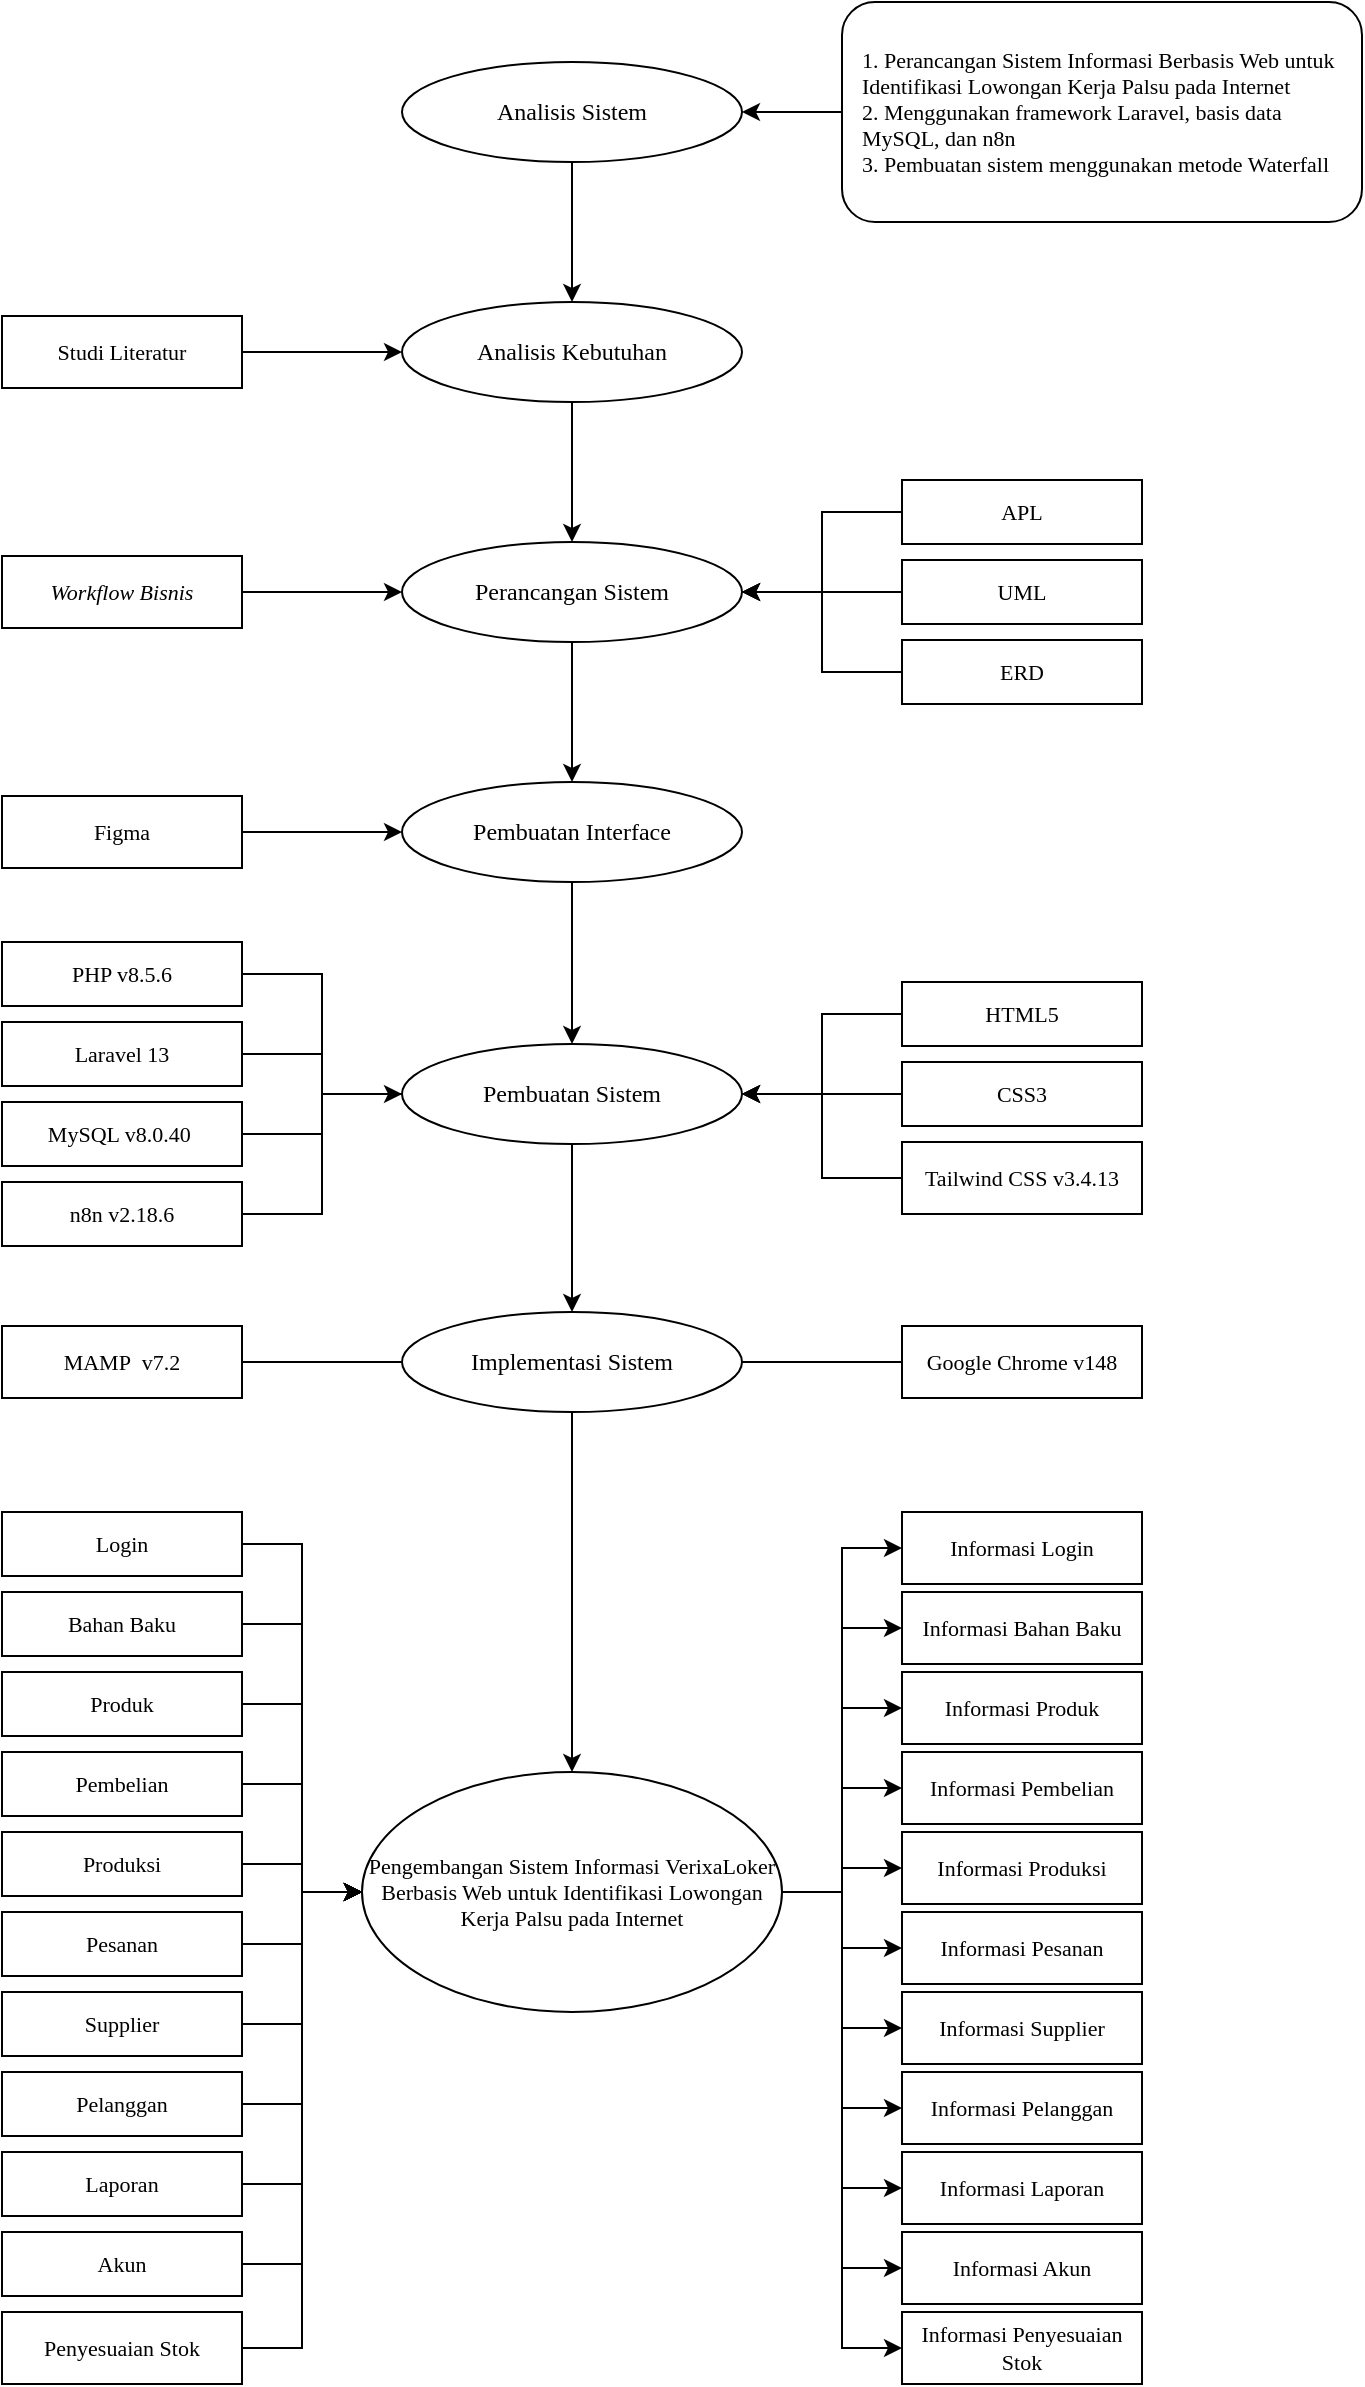
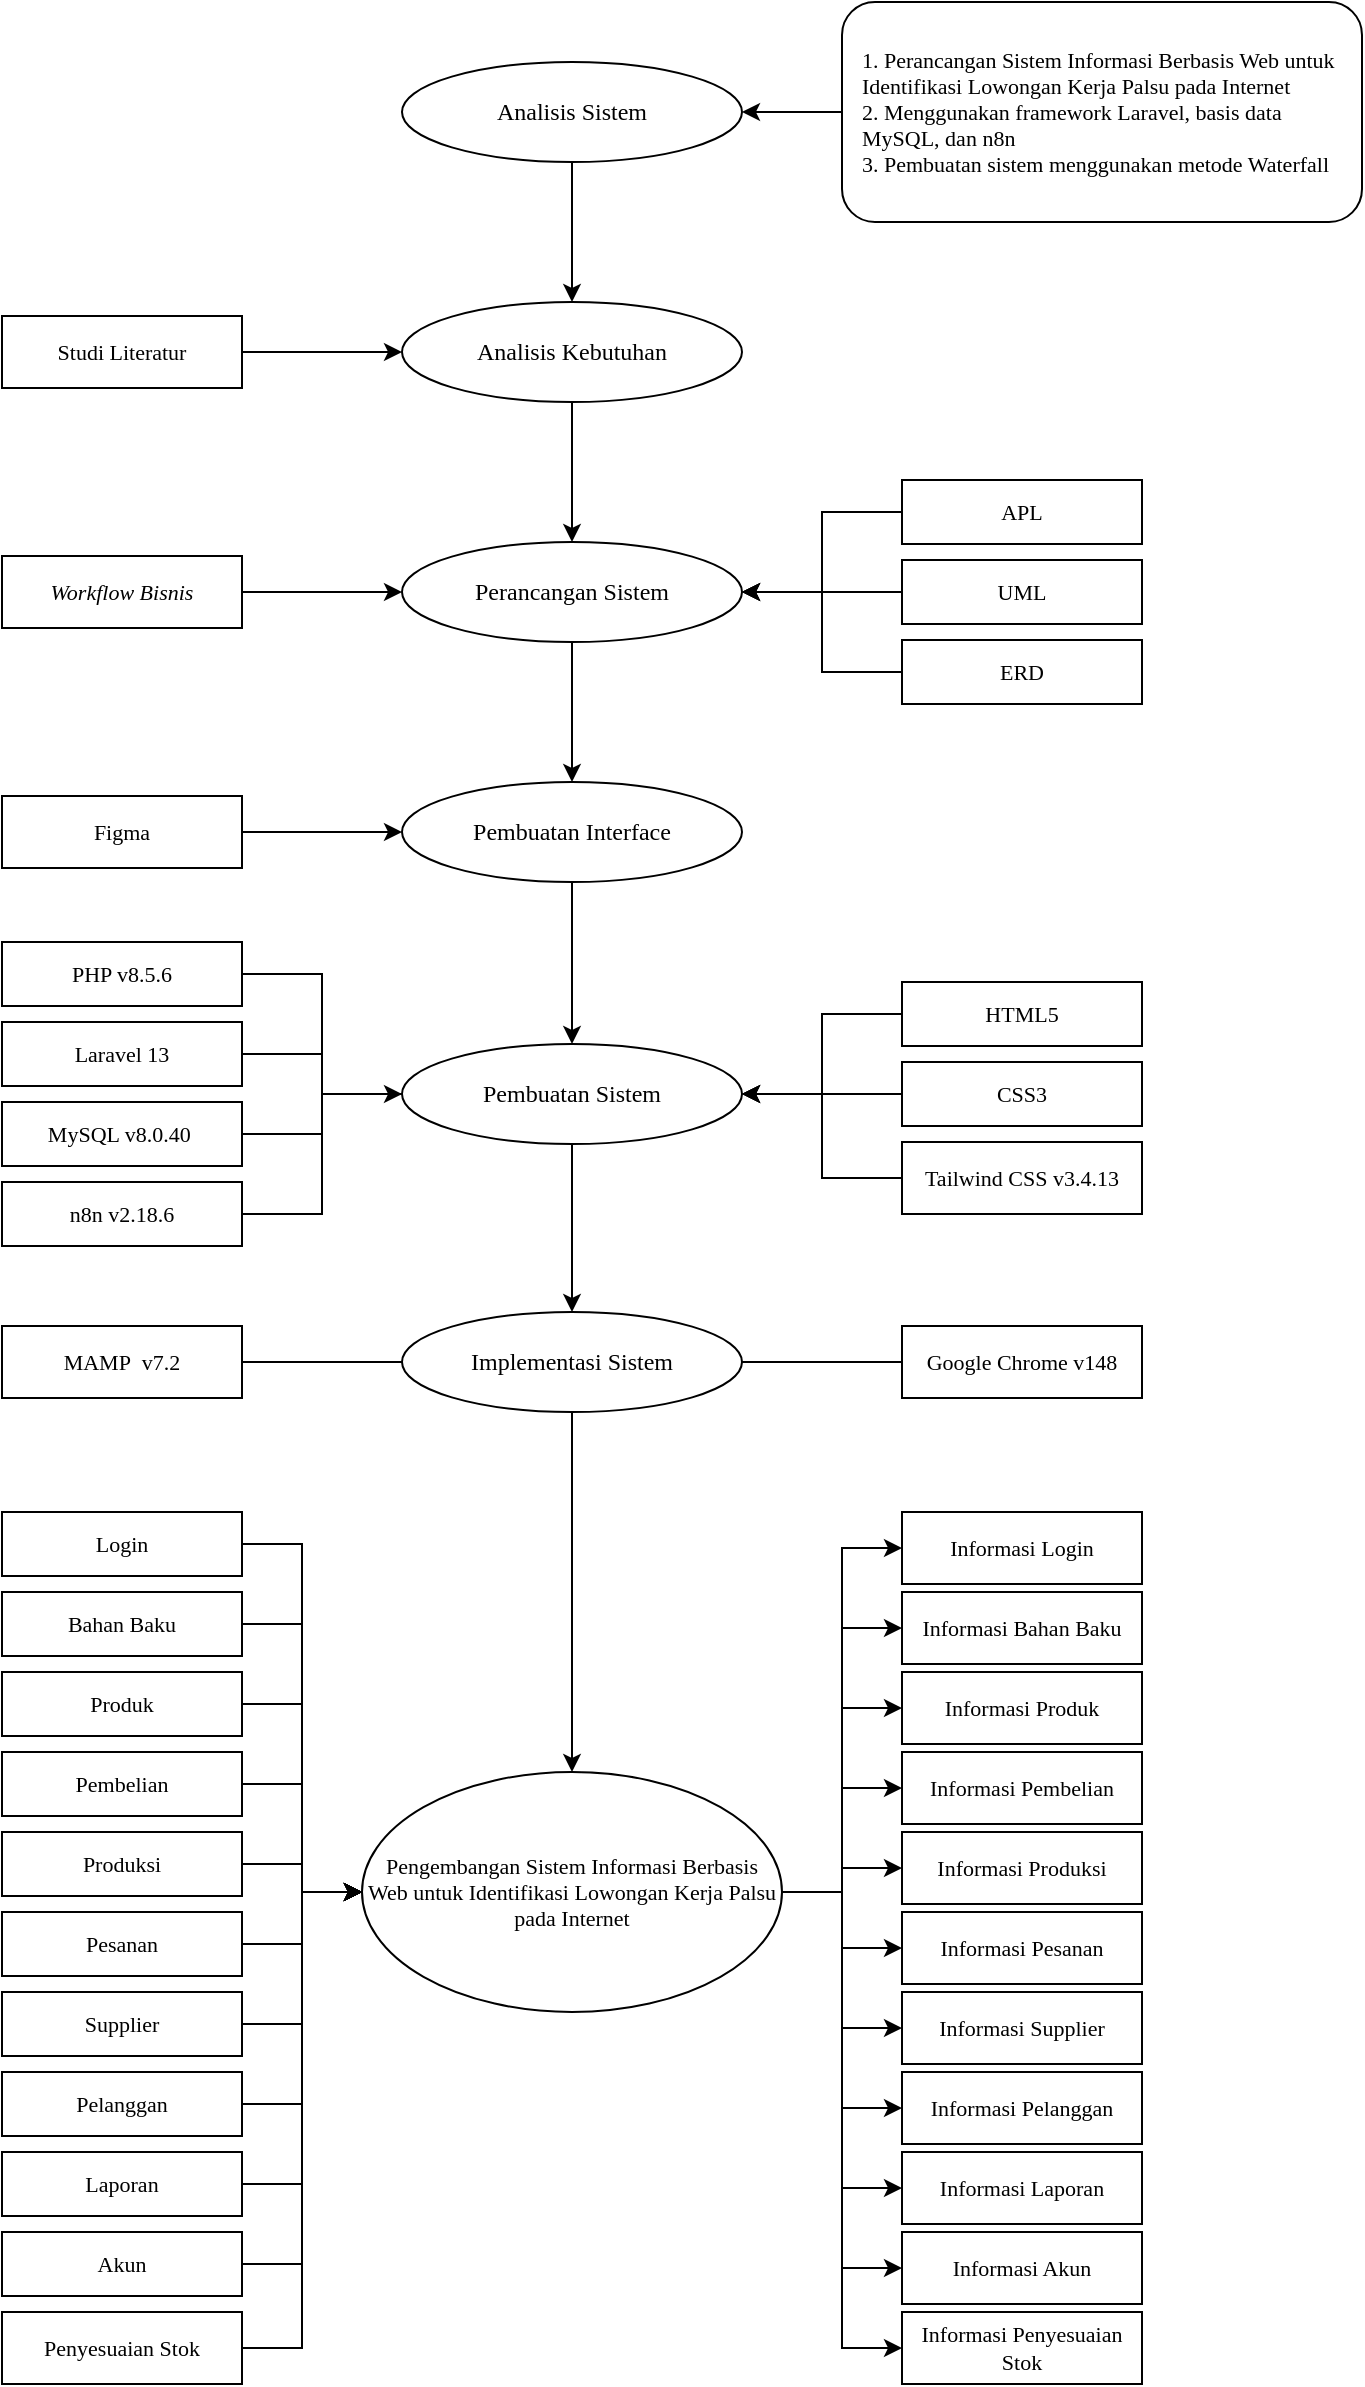
<mxfile host="app.diagrams.net">
  <diagram name="Page-1" id="yfmV3Sks-nrF4BvnnPUG">
    <mxGraphModel dx="876" dy="478" grid="1" gridSize="10" guides="1" tooltips="1" connect="1" arrows="1" fold="1" page="1" pageScale="1" pageWidth="827" pageHeight="1169" math="0" shadow="0">
      <root>
        <mxCell id="0" />
        <mxCell id="1" parent="0" />
        <mxCell id="fTyH0j3n_jQUCsVNDcWE-1" parent="1" style="ellipse;whiteSpace=wrap;html=1;fillColor=#ffffff;strokeColor=#000000;fontFamily=Times New Roman;fontSize=12;" value="Analisis Sistem" vertex="1">
          <mxGeometry height="50" width="170" x="580" y="110" as="geometry" />
        </mxCell>
        <mxCell id="fTyH0j3n_jQUCsVNDcWE-2" parent="1" style="ellipse;whiteSpace=wrap;html=1;fillColor=#ffffff;strokeColor=#000000;fontFamily=Times New Roman;fontSize=12;" value="Analisis Kebutuhan" vertex="1">
          <mxGeometry height="50" width="170" x="580" y="230" as="geometry" />
        </mxCell>
        <mxCell id="fTyH0j3n_jQUCsVNDcWE-3" parent="1" style="ellipse;whiteSpace=wrap;html=1;fillColor=#ffffff;strokeColor=#000000;fontFamily=Times New Roman;fontSize=12;" value="Perancangan Sistem" vertex="1">
          <mxGeometry height="50" width="170" x="580" y="350" as="geometry" />
        </mxCell>
        <mxCell id="fTyH0j3n_jQUCsVNDcWE-4" parent="1" style="ellipse;whiteSpace=wrap;html=1;fillColor=#ffffff;strokeColor=#000000;fontFamily=Times New Roman;fontSize=12;" value="Pembuatan Interface" vertex="1">
          <mxGeometry height="50" width="170" x="580" y="470" as="geometry" />
        </mxCell>
        <mxCell id="fTyH0j3n_jQUCsVNDcWE-5" parent="1" style="ellipse;whiteSpace=wrap;html=1;fillColor=#ffffff;strokeColor=#000000;fontFamily=Times New Roman;fontSize=12;" value="Pembuatan Sistem" vertex="1">
          <mxGeometry height="50" width="170" x="580" y="601" as="geometry" />
        </mxCell>
        <mxCell id="fTyH0j3n_jQUCsVNDcWE-6" parent="1" style="ellipse;whiteSpace=wrap;html=1;fillColor=#ffffff;strokeColor=#000000;fontFamily=Times New Roman;fontSize=12;" value="Implementasi Sistem" vertex="1">
          <mxGeometry height="50" width="170" x="580" y="735" as="geometry" />
        </mxCell>
-         <mxCell id="fTyH0j3n_jQUCsVNDcWE-7" parent="1" style="ellipse;whiteSpace=wrap;html=1;fillColor=#ffffff;strokeColor=#000000;fontFamily=Times New Roman;fontSize=11;" value="Pengembangan Sistem Informasi&amp;nbsp;VerixaLoker Berbasis Web untuk Identifikasi Lowongan Kerja Palsu pada Internet" vertex="1">
+         <mxCell id="fTyH0j3n_jQUCsVNDcWE-7" parent="1" style="ellipse;whiteSpace=wrap;html=1;fillColor=#ffffff;strokeColor=#000000;fontFamily=Times New Roman;fontSize=11;" value="Pengembangan Sistem Informasi Berbasis Web untuk Identifikasi Lowongan Kerja Palsu pada Internet" vertex="1">
          <mxGeometry height="120" width="210" x="560" y="965" as="geometry" />
        </mxCell>
        <mxCell id="fTyH0j3n_jQUCsVNDcWE-8" edge="1" parent="1" source="fTyH0j3n_jQUCsVNDcWE-1" style="endArrow=classic;html=1;rounded=0;exitX=0.5;exitY=1;entryX=0.5;entryY=0;" target="fTyH0j3n_jQUCsVNDcWE-2">
          <mxGeometry relative="1" as="geometry" />
        </mxCell>
        <mxCell id="fTyH0j3n_jQUCsVNDcWE-9" edge="1" parent="1" source="fTyH0j3n_jQUCsVNDcWE-2" style="endArrow=classic;html=1;rounded=0;exitX=0.5;exitY=1;entryX=0.5;entryY=0;" target="fTyH0j3n_jQUCsVNDcWE-3">
          <mxGeometry relative="1" as="geometry" />
        </mxCell>
        <mxCell id="fTyH0j3n_jQUCsVNDcWE-10" edge="1" parent="1" source="fTyH0j3n_jQUCsVNDcWE-3" style="endArrow=classic;html=1;rounded=0;exitX=0.5;exitY=1;entryX=0.5;entryY=0;" target="fTyH0j3n_jQUCsVNDcWE-4">
          <mxGeometry relative="1" as="geometry" />
        </mxCell>
        <mxCell id="fTyH0j3n_jQUCsVNDcWE-11" edge="1" parent="1" source="fTyH0j3n_jQUCsVNDcWE-4" style="endArrow=classic;html=1;rounded=0;exitX=0.5;exitY=1;entryX=0.5;entryY=0;" target="fTyH0j3n_jQUCsVNDcWE-5">
          <mxGeometry relative="1" as="geometry" />
        </mxCell>
        <mxCell id="fTyH0j3n_jQUCsVNDcWE-12" edge="1" parent="1" source="fTyH0j3n_jQUCsVNDcWE-5" style="endArrow=classic;html=1;rounded=0;exitX=0.5;exitY=1;entryX=0.5;entryY=0;" target="fTyH0j3n_jQUCsVNDcWE-6">
          <mxGeometry relative="1" as="geometry" />
        </mxCell>
        <mxCell id="fTyH0j3n_jQUCsVNDcWE-13" edge="1" parent="1" source="fTyH0j3n_jQUCsVNDcWE-6" style="endArrow=classic;html=1;rounded=0;exitX=0.5;exitY=1;entryX=0.5;entryY=0;" target="fTyH0j3n_jQUCsVNDcWE-7">
          <mxGeometry relative="1" as="geometry" />
        </mxCell>
        <mxCell id="fTyH0j3n_jQUCsVNDcWE-14" parent="1" style="rounded=1;whiteSpace=wrap;html=1;fillColor=#ffffff;strokeColor=#000000;fontFamily=Times New Roman;fontSize=11;align=left;verticalAlign=middle;spacingLeft=8;spacingRight=8;" value="1. Perancangan Sistem Informasi Berbasis Web untuk Identifikasi Lowongan Kerja Palsu pada Internet&lt;br&gt;2. Menggunakan framework Laravel, basis data MySQL, dan n8n&lt;br&gt;3. Pembuatan sistem menggunakan metode Waterfall" vertex="1">
          <mxGeometry height="110" width="260" x="800" y="80" as="geometry" />
        </mxCell>
        <mxCell id="fTyH0j3n_jQUCsVNDcWE-15" edge="1" parent="1" source="fTyH0j3n_jQUCsVNDcWE-1" style="endArrow=none;html=1;rounded=0;exitX=1;exitY=0.5;entryX=0;entryY=0.5;startArrow=classic;startFill=1;" target="fTyH0j3n_jQUCsVNDcWE-14">
          <mxGeometry relative="1" as="geometry" />
        </mxCell>
        <mxCell id="fTyH0j3n_jQUCsVNDcWE-16" parent="1" style="rounded=0;whiteSpace=wrap;html=1;fillColor=#ffffff;strokeColor=#000000;fontFamily=Times New Roman;fontSize=11;" value="Studi Literatur" vertex="1">
          <mxGeometry height="36" width="120" x="380" y="237" as="geometry" />
        </mxCell>
        <mxCell id="fTyH0j3n_jQUCsVNDcWE-19" edge="1" parent="1" source="fTyH0j3n_jQUCsVNDcWE-16" style="endArrow=classic;html=1;exitX=1;exitY=0.5;entryX=0;entryY=0.5;endFill=1;" target="fTyH0j3n_jQUCsVNDcWE-2">
          <mxGeometry relative="1" as="geometry" />
        </mxCell>
        <mxCell id="fTyH0j3n_jQUCsVNDcWE-22" parent="1" style="rounded=0;whiteSpace=wrap;html=1;fillColor=#ffffff;strokeColor=#000000;fontFamily=Times New Roman;fontSize=11;fontStyle=2" value="Workflow Bisnis" vertex="1">
          <mxGeometry height="36" width="120" x="380" y="357" as="geometry" />
        </mxCell>
        <mxCell id="fTyH0j3n_jQUCsVNDcWE-23" parent="1" style="rounded=0;whiteSpace=wrap;html=1;fillColor=#ffffff;strokeColor=#000000;fontFamily=Times New Roman;fontSize=11;" value="APL" vertex="1">
          <mxGeometry height="32" width="120" x="830" y="319" as="geometry" />
        </mxCell>
        <mxCell id="fTyH0j3n_jQUCsVNDcWE-24" parent="1" style="rounded=0;whiteSpace=wrap;html=1;fillColor=#ffffff;strokeColor=#000000;fontFamily=Times New Roman;fontSize=11;" value="UML" vertex="1">
          <mxGeometry height="32" width="120" x="830" y="359" as="geometry" />
        </mxCell>
        <mxCell id="fTyH0j3n_jQUCsVNDcWE-25" parent="1" style="rounded=0;whiteSpace=wrap;html=1;fillColor=#ffffff;strokeColor=#000000;fontFamily=Times New Roman;fontSize=11;" value="ERD" vertex="1">
          <mxGeometry height="32" width="120" x="830" y="399" as="geometry" />
        </mxCell>
        <mxCell id="fTyH0j3n_jQUCsVNDcWE-26" edge="1" parent="1" source="fTyH0j3n_jQUCsVNDcWE-22" style="endArrow=classic;html=1;exitX=1;exitY=0.5;entryX=0;entryY=0.5;endFill=1;" target="fTyH0j3n_jQUCsVNDcWE-3">
          <mxGeometry relative="1" as="geometry" />
        </mxCell>
        <mxCell id="fTyH0j3n_jQUCsVNDcWE-27" edge="1" parent="1" source="fTyH0j3n_jQUCsVNDcWE-3" style="endArrow=none;html=1;exitX=1;exitY=0.5;entryX=0;entryY=0.5;startArrow=classic;startFill=1;edgeStyle=orthogonalEdgeStyle;rounded=0;curved=0;" target="fTyH0j3n_jQUCsVNDcWE-23">
          <mxGeometry relative="1" as="geometry" />
        </mxCell>
        <mxCell id="fTyH0j3n_jQUCsVNDcWE-28" edge="1" parent="1" source="fTyH0j3n_jQUCsVNDcWE-3" style="endArrow=none;html=1;exitX=1;exitY=0.5;entryX=0;entryY=0.5;startArrow=classic;startFill=1;edgeStyle=orthogonalEdgeStyle;rounded=0;curved=0;" target="fTyH0j3n_jQUCsVNDcWE-24">
          <mxGeometry relative="1" as="geometry" />
        </mxCell>
        <mxCell id="fTyH0j3n_jQUCsVNDcWE-29" edge="1" parent="1" source="fTyH0j3n_jQUCsVNDcWE-3" style="endArrow=none;html=1;exitX=1;exitY=0.5;entryX=0;entryY=0.5;startArrow=classic;startFill=1;edgeStyle=orthogonalEdgeStyle;rounded=0;curved=0;" target="fTyH0j3n_jQUCsVNDcWE-25">
          <mxGeometry relative="1" as="geometry" />
        </mxCell>
        <mxCell id="fTyH0j3n_jQUCsVNDcWE-30" parent="1" style="rounded=0;whiteSpace=wrap;html=1;fillColor=#ffffff;strokeColor=#000000;fontFamily=Times New Roman;fontSize=11;" value="Figma" vertex="1">
          <mxGeometry height="36" width="120" x="380" y="477" as="geometry" />
        </mxCell>
        <mxCell id="fTyH0j3n_jQUCsVNDcWE-31" edge="1" parent="1" source="fTyH0j3n_jQUCsVNDcWE-30" style="endArrow=classic;html=1;exitX=1;exitY=0.5;entryX=0;entryY=0.5;endFill=1;" target="fTyH0j3n_jQUCsVNDcWE-4">
          <mxGeometry relative="1" as="geometry" />
        </mxCell>
        <mxCell id="fTyH0j3n_jQUCsVNDcWE-32" parent="1" style="rounded=0;whiteSpace=wrap;html=1;fillColor=#ffffff;strokeColor=#000000;fontFamily=Times New Roman;fontSize=11;" value="PHP v8.5.6" vertex="1">
          <mxGeometry height="32" width="120" x="380" y="550" as="geometry" />
        </mxCell>
        <mxCell id="fTyH0j3n_jQUCsVNDcWE-33" parent="1" style="rounded=0;whiteSpace=wrap;html=1;fillColor=#ffffff;strokeColor=#000000;fontFamily=Times New Roman;fontSize=11;" value="Laravel 13" vertex="1">
          <mxGeometry height="32" width="120" x="380" y="590" as="geometry" />
        </mxCell>
        <mxCell id="fTyH0j3n_jQUCsVNDcWE-34" parent="1" style="rounded=0;whiteSpace=wrap;html=1;fillColor=#ffffff;strokeColor=#000000;fontFamily=Times New Roman;fontSize=11;" value="MySQL v8.0.40&amp;nbsp;" vertex="1">
          <mxGeometry height="32" width="120" x="380" y="630" as="geometry" />
        </mxCell>
        <mxCell id="fTyH0j3n_jQUCsVNDcWE-35" parent="1" style="rounded=0;whiteSpace=wrap;html=1;fillColor=#ffffff;strokeColor=#000000;fontFamily=Times New Roman;fontSize=11;" value="HTML5" vertex="1">
          <mxGeometry height="32" width="120" x="830" y="570" as="geometry" />
        </mxCell>
        <mxCell id="fTyH0j3n_jQUCsVNDcWE-36" parent="1" style="rounded=0;whiteSpace=wrap;html=1;fillColor=#ffffff;strokeColor=#000000;fontFamily=Times New Roman;fontSize=11;" value="CSS3" vertex="1">
          <mxGeometry height="32" width="120" x="830" y="610" as="geometry" />
        </mxCell>
        <mxCell id="fTyH0j3n_jQUCsVNDcWE-37" parent="1" style="rounded=0;whiteSpace=wrap;html=1;fillColor=#ffffff;strokeColor=#000000;fontFamily=Times New Roman;fontSize=11;" value="Tailwind CSS v3.4.13" vertex="1">
          <mxGeometry height="36" width="120" x="830" y="650" as="geometry" />
        </mxCell>
        <mxCell id="fTyH0j3n_jQUCsVNDcWE-38" edge="1" parent="1" source="fTyH0j3n_jQUCsVNDcWE-32" style="endArrow=none;html=1;exitX=1;exitY=0.5;entryX=0;entryY=0.5;edgeStyle=orthogonalEdgeStyle;rounded=0;curved=0;" target="fTyH0j3n_jQUCsVNDcWE-5">
          <mxGeometry relative="1" as="geometry" />
        </mxCell>
        <mxCell id="fTyH0j3n_jQUCsVNDcWE-39" edge="1" parent="1" source="fTyH0j3n_jQUCsVNDcWE-33" style="endArrow=none;html=1;exitX=1;exitY=0.5;entryX=0;entryY=0.5;edgeStyle=orthogonalEdgeStyle;rounded=0;curved=0;" target="fTyH0j3n_jQUCsVNDcWE-5">
          <mxGeometry relative="1" as="geometry" />
        </mxCell>
        <mxCell id="fTyH0j3n_jQUCsVNDcWE-40" edge="1" parent="1" source="fTyH0j3n_jQUCsVNDcWE-34" style="endArrow=none;html=1;exitX=1;exitY=0.5;entryX=0;entryY=0.5;edgeStyle=orthogonalEdgeStyle;rounded=0;curved=0;" target="fTyH0j3n_jQUCsVNDcWE-5">
          <mxGeometry relative="1" as="geometry" />
        </mxCell>
        <mxCell id="fTyH0j3n_jQUCsVNDcWE-41" edge="1" parent="1" source="fTyH0j3n_jQUCsVNDcWE-5" style="endArrow=none;html=1;exitX=1;exitY=0.5;entryX=0;entryY=0.5;edgeStyle=orthogonalEdgeStyle;rounded=0;curved=0;startArrow=classic;startFill=1;" target="fTyH0j3n_jQUCsVNDcWE-35">
          <mxGeometry relative="1" as="geometry" />
        </mxCell>
        <mxCell id="fTyH0j3n_jQUCsVNDcWE-42" edge="1" parent="1" source="fTyH0j3n_jQUCsVNDcWE-5" style="endArrow=none;html=1;exitX=1;exitY=0.5;entryX=0;entryY=0.5;edgeStyle=orthogonalEdgeStyle;rounded=0;curved=0;startArrow=classic;startFill=1;" target="fTyH0j3n_jQUCsVNDcWE-36">
          <mxGeometry relative="1" as="geometry" />
        </mxCell>
        <mxCell id="fTyH0j3n_jQUCsVNDcWE-43" edge="1" parent="1" source="fTyH0j3n_jQUCsVNDcWE-5" style="endArrow=none;html=1;exitX=1;exitY=0.5;entryX=0;entryY=0.5;edgeStyle=orthogonalEdgeStyle;rounded=0;curved=0;startArrow=classic;startFill=1;" target="fTyH0j3n_jQUCsVNDcWE-37">
          <mxGeometry relative="1" as="geometry" />
        </mxCell>
        <mxCell id="fTyH0j3n_jQUCsVNDcWE-44" parent="1" style="rounded=0;whiteSpace=wrap;html=1;fillColor=#ffffff;strokeColor=#000000;fontFamily=Times New Roman;fontSize=11;" value="MAMP&amp;nbsp; v7.2" vertex="1">
          <mxGeometry height="36" width="120" x="380" y="742" as="geometry" />
        </mxCell>
        <mxCell id="fTyH0j3n_jQUCsVNDcWE-45" parent="1" style="rounded=0;whiteSpace=wrap;html=1;fillColor=#ffffff;strokeColor=#000000;fontFamily=Times New Roman;fontSize=11;" value="Google Chrome v148" vertex="1">
          <mxGeometry height="36" width="120" x="830" y="742" as="geometry" />
        </mxCell>
        <mxCell id="fTyH0j3n_jQUCsVNDcWE-46" edge="1" parent="1" source="fTyH0j3n_jQUCsVNDcWE-44" style="endArrow=none;html=1;exitX=1;exitY=0.5;entryX=0;entryY=0.5;" target="fTyH0j3n_jQUCsVNDcWE-6">
          <mxGeometry relative="1" as="geometry" />
        </mxCell>
        <mxCell id="fTyH0j3n_jQUCsVNDcWE-47" edge="1" parent="1" source="fTyH0j3n_jQUCsVNDcWE-6" style="endArrow=none;html=1;exitX=1;exitY=0.5;entryX=0;entryY=0.5;" target="fTyH0j3n_jQUCsVNDcWE-45">
          <mxGeometry relative="1" as="geometry" />
        </mxCell>
        <mxCell id="fTyH0j3n_jQUCsVNDcWE-48" parent="1" style="rounded=0;whiteSpace=wrap;html=1;fillColor=#ffffff;strokeColor=#000000;fontFamily=Times New Roman;fontSize=11;" value="Login" vertex="1">
          <mxGeometry height="32" width="120" x="380" y="835" as="geometry" />
        </mxCell>
        <mxCell id="fTyH0j3n_jQUCsVNDcWE-49" parent="1" style="rounded=0;whiteSpace=wrap;html=1;fillColor=#ffffff;strokeColor=#000000;fontFamily=Times New Roman;fontSize=11;" value="Bahan Baku" vertex="1">
          <mxGeometry height="32" width="120" x="380" y="875" as="geometry" />
        </mxCell>
        <mxCell id="fTyH0j3n_jQUCsVNDcWE-50" parent="1" style="rounded=0;whiteSpace=wrap;html=1;fillColor=#ffffff;strokeColor=#000000;fontFamily=Times New Roman;fontSize=11;" value="Produk" vertex="1">
          <mxGeometry height="32" width="120" x="380" y="915" as="geometry" />
        </mxCell>
        <mxCell id="fTyH0j3n_jQUCsVNDcWE-51" parent="1" style="rounded=0;whiteSpace=wrap;html=1;fillColor=#ffffff;strokeColor=#000000;fontFamily=Times New Roman;fontSize=11;" value="Pembelian" vertex="1">
          <mxGeometry height="32" width="120" x="380" y="955" as="geometry" />
        </mxCell>
        <mxCell id="fTyH0j3n_jQUCsVNDcWE-52" parent="1" style="rounded=0;whiteSpace=wrap;html=1;fillColor=#ffffff;strokeColor=#000000;fontFamily=Times New Roman;fontSize=11;" value="Produksi" vertex="1">
          <mxGeometry height="32" width="120" x="380" y="995" as="geometry" />
        </mxCell>
        <mxCell id="fTyH0j3n_jQUCsVNDcWE-53" parent="1" style="rounded=0;whiteSpace=wrap;html=1;fillColor=#ffffff;strokeColor=#000000;fontFamily=Times New Roman;fontSize=11;" value="Pesanan" vertex="1">
          <mxGeometry height="32" width="120" x="380" y="1035" as="geometry" />
        </mxCell>
        <mxCell id="fTyH0j3n_jQUCsVNDcWE-54" parent="1" style="rounded=0;whiteSpace=wrap;html=1;fillColor=#ffffff;strokeColor=#000000;fontFamily=Times New Roman;fontSize=11;" value="Supplier" vertex="1">
          <mxGeometry height="32" width="120" x="380" y="1075" as="geometry" />
        </mxCell>
        <mxCell id="fTyH0j3n_jQUCsVNDcWE-55" parent="1" style="rounded=0;whiteSpace=wrap;html=1;fillColor=#ffffff;strokeColor=#000000;fontFamily=Times New Roman;fontSize=11;" value="Pelanggan" vertex="1">
          <mxGeometry height="32" width="120" x="380" y="1115" as="geometry" />
        </mxCell>
        <mxCell id="fTyH0j3n_jQUCsVNDcWE-56" parent="1" style="rounded=0;whiteSpace=wrap;html=1;fillColor=#ffffff;strokeColor=#000000;fontFamily=Times New Roman;fontSize=11;" value="Laporan" vertex="1">
          <mxGeometry height="32" width="120" x="380" y="1155" as="geometry" />
        </mxCell>
        <mxCell id="fTyH0j3n_jQUCsVNDcWE-57" parent="1" style="rounded=0;whiteSpace=wrap;html=1;fillColor=#ffffff;strokeColor=#000000;fontFamily=Times New Roman;fontSize=11;" value="Akun" vertex="1">
          <mxGeometry height="32" width="120" x="380" y="1195" as="geometry" />
        </mxCell>
        <mxCell id="fTyH0j3n_jQUCsVNDcWE-58" parent="1" style="rounded=0;whiteSpace=wrap;html=1;fillColor=#ffffff;strokeColor=#000000;fontFamily=Times New Roman;fontSize=11;" value="Penyesuaian Stok" vertex="1">
          <mxGeometry height="36" width="120" x="380" y="1235" as="geometry" />
        </mxCell>
        <mxCell id="fTyH0j3n_jQUCsVNDcWE-59" edge="1" parent="1" source="fTyH0j3n_jQUCsVNDcWE-48" style="endArrow=classic;html=1;exitX=1;exitY=0.5;entryX=0;entryY=0.5;edgeStyle=orthogonalEdgeStyle;rounded=0;curved=0;endFill=1;" target="fTyH0j3n_jQUCsVNDcWE-7">
          <mxGeometry relative="1" as="geometry" />
        </mxCell>
        <mxCell id="fTyH0j3n_jQUCsVNDcWE-60" edge="1" parent="1" source="fTyH0j3n_jQUCsVNDcWE-49" style="endArrow=classic;html=1;exitX=1;exitY=0.5;entryX=0;entryY=0.5;edgeStyle=orthogonalEdgeStyle;rounded=0;curved=0;endFill=1;" target="fTyH0j3n_jQUCsVNDcWE-7">
          <mxGeometry relative="1" as="geometry" />
        </mxCell>
        <mxCell id="fTyH0j3n_jQUCsVNDcWE-61" edge="1" parent="1" source="fTyH0j3n_jQUCsVNDcWE-50" style="endArrow=classic;html=1;exitX=1;exitY=0.5;entryX=0;entryY=0.5;edgeStyle=orthogonalEdgeStyle;rounded=0;curved=0;endFill=1;" target="fTyH0j3n_jQUCsVNDcWE-7">
          <mxGeometry relative="1" as="geometry" />
        </mxCell>
        <mxCell id="fTyH0j3n_jQUCsVNDcWE-62" edge="1" parent="1" source="fTyH0j3n_jQUCsVNDcWE-51" style="endArrow=none;html=1;exitX=1;exitY=0.5;entryX=0;entryY=0.5;edgeStyle=orthogonalEdgeStyle;rounded=0;curved=0;" target="fTyH0j3n_jQUCsVNDcWE-7">
          <mxGeometry relative="1" as="geometry" />
        </mxCell>
        <mxCell id="fTyH0j3n_jQUCsVNDcWE-63" edge="1" parent="1" source="fTyH0j3n_jQUCsVNDcWE-52" style="endArrow=classic;html=1;exitX=1;exitY=0.5;entryX=0;entryY=0.5;edgeStyle=orthogonalEdgeStyle;rounded=0;curved=0;endFill=1;" target="fTyH0j3n_jQUCsVNDcWE-7">
          <mxGeometry relative="1" as="geometry" />
        </mxCell>
        <mxCell id="fTyH0j3n_jQUCsVNDcWE-64" edge="1" parent="1" source="fTyH0j3n_jQUCsVNDcWE-53" style="endArrow=classic;html=1;exitX=1;exitY=0.5;entryX=0;entryY=0.5;edgeStyle=orthogonalEdgeStyle;rounded=0;curved=0;endFill=1;" target="fTyH0j3n_jQUCsVNDcWE-7">
          <mxGeometry relative="1" as="geometry" />
        </mxCell>
        <mxCell id="fTyH0j3n_jQUCsVNDcWE-65" edge="1" parent="1" source="fTyH0j3n_jQUCsVNDcWE-54" style="endArrow=classic;html=1;exitX=1;exitY=0.5;entryX=0;entryY=0.5;edgeStyle=orthogonalEdgeStyle;rounded=0;curved=0;endFill=1;" target="fTyH0j3n_jQUCsVNDcWE-7">
          <mxGeometry relative="1" as="geometry" />
        </mxCell>
        <mxCell id="fTyH0j3n_jQUCsVNDcWE-66" edge="1" parent="1" source="fTyH0j3n_jQUCsVNDcWE-55" style="endArrow=classic;html=1;exitX=1;exitY=0.5;entryX=0;entryY=0.5;edgeStyle=orthogonalEdgeStyle;rounded=0;curved=0;endFill=1;" target="fTyH0j3n_jQUCsVNDcWE-7">
          <mxGeometry relative="1" as="geometry" />
        </mxCell>
        <mxCell id="fTyH0j3n_jQUCsVNDcWE-67" edge="1" parent="1" source="fTyH0j3n_jQUCsVNDcWE-56" style="endArrow=classic;html=1;exitX=1;exitY=0.5;entryX=0;entryY=0.5;edgeStyle=orthogonalEdgeStyle;rounded=0;curved=0;endFill=1;" target="fTyH0j3n_jQUCsVNDcWE-7">
          <mxGeometry relative="1" as="geometry" />
        </mxCell>
        <mxCell id="fTyH0j3n_jQUCsVNDcWE-68" edge="1" parent="1" source="fTyH0j3n_jQUCsVNDcWE-57" style="endArrow=classic;html=1;exitX=1;exitY=0.5;entryX=0;entryY=0.5;edgeStyle=orthogonalEdgeStyle;rounded=0;curved=0;endFill=1;" target="fTyH0j3n_jQUCsVNDcWE-7">
          <mxGeometry relative="1" as="geometry" />
        </mxCell>
        <mxCell id="fTyH0j3n_jQUCsVNDcWE-69" edge="1" parent="1" source="fTyH0j3n_jQUCsVNDcWE-58" style="endArrow=classic;html=1;exitX=1;exitY=0.5;entryX=0;entryY=0.5;edgeStyle=orthogonalEdgeStyle;rounded=0;curved=0;endFill=1;" target="fTyH0j3n_jQUCsVNDcWE-7">
          <mxGeometry relative="1" as="geometry" />
        </mxCell>
        <mxCell id="fTyH0j3n_jQUCsVNDcWE-70" parent="1" style="rounded=0;whiteSpace=wrap;html=1;fillColor=#ffffff;strokeColor=#000000;fontFamily=Times New Roman;fontSize=11;" value="Informasi Login" vertex="1">
          <mxGeometry height="36" width="120" x="830" y="835" as="geometry" />
        </mxCell>
        <mxCell id="fTyH0j3n_jQUCsVNDcWE-71" parent="1" style="rounded=0;whiteSpace=wrap;html=1;fillColor=#ffffff;strokeColor=#000000;fontFamily=Times New Roman;fontSize=11;" value="Informasi Bahan Baku" vertex="1">
          <mxGeometry height="36" width="120" x="830" y="875" as="geometry" />
        </mxCell>
        <mxCell id="fTyH0j3n_jQUCsVNDcWE-72" parent="1" style="rounded=0;whiteSpace=wrap;html=1;fillColor=#ffffff;strokeColor=#000000;fontFamily=Times New Roman;fontSize=11;" value="Informasi Produk" vertex="1">
          <mxGeometry height="36" width="120" x="830" y="915" as="geometry" />
        </mxCell>
        <mxCell id="fTyH0j3n_jQUCsVNDcWE-73" parent="1" style="rounded=0;whiteSpace=wrap;html=1;fillColor=#ffffff;strokeColor=#000000;fontFamily=Times New Roman;fontSize=11;" value="Informasi Pembelian" vertex="1">
          <mxGeometry height="36" width="120" x="830" y="955" as="geometry" />
        </mxCell>
        <mxCell id="fTyH0j3n_jQUCsVNDcWE-74" parent="1" style="rounded=0;whiteSpace=wrap;html=1;fillColor=#ffffff;strokeColor=#000000;fontFamily=Times New Roman;fontSize=11;" value="Informasi Produksi" vertex="1">
          <mxGeometry height="36" width="120" x="830" y="995" as="geometry" />
        </mxCell>
        <mxCell id="fTyH0j3n_jQUCsVNDcWE-75" parent="1" style="rounded=0;whiteSpace=wrap;html=1;fillColor=#ffffff;strokeColor=#000000;fontFamily=Times New Roman;fontSize=11;" value="Informasi Pesanan" vertex="1">
          <mxGeometry height="36" width="120" x="830" y="1035" as="geometry" />
        </mxCell>
        <mxCell id="fTyH0j3n_jQUCsVNDcWE-76" parent="1" style="rounded=0;whiteSpace=wrap;html=1;fillColor=#ffffff;strokeColor=#000000;fontFamily=Times New Roman;fontSize=11;" value="Informasi Supplier" vertex="1">
          <mxGeometry height="36" width="120" x="830" y="1075" as="geometry" />
        </mxCell>
        <mxCell id="fTyH0j3n_jQUCsVNDcWE-77" parent="1" style="rounded=0;whiteSpace=wrap;html=1;fillColor=#ffffff;strokeColor=#000000;fontFamily=Times New Roman;fontSize=11;" value="Informasi Pelanggan" vertex="1">
          <mxGeometry height="36" width="120" x="830" y="1115" as="geometry" />
        </mxCell>
        <mxCell id="fTyH0j3n_jQUCsVNDcWE-78" parent="1" style="rounded=0;whiteSpace=wrap;html=1;fillColor=#ffffff;strokeColor=#000000;fontFamily=Times New Roman;fontSize=11;" value="Informasi Laporan" vertex="1">
          <mxGeometry height="36" width="120" x="830" y="1155" as="geometry" />
        </mxCell>
        <mxCell id="fTyH0j3n_jQUCsVNDcWE-79" parent="1" style="rounded=0;whiteSpace=wrap;html=1;fillColor=#ffffff;strokeColor=#000000;fontFamily=Times New Roman;fontSize=11;" value="Informasi Akun" vertex="1">
          <mxGeometry height="36" width="120" x="830" y="1195" as="geometry" />
        </mxCell>
        <mxCell id="fTyH0j3n_jQUCsVNDcWE-80" parent="1" style="rounded=0;whiteSpace=wrap;html=1;fillColor=#ffffff;strokeColor=#000000;fontFamily=Times New Roman;fontSize=11;" value="Informasi Penyesuaian Stok" vertex="1">
          <mxGeometry height="36" width="120" x="830" y="1235" as="geometry" />
        </mxCell>
        <mxCell id="fTyH0j3n_jQUCsVNDcWE-81" edge="1" parent="1" source="fTyH0j3n_jQUCsVNDcWE-7" style="endArrow=classic;html=1;exitX=1;exitY=0.5;entryX=0;entryY=0.5;rounded=0;edgeStyle=orthogonalEdgeStyle;endFill=1;" target="fTyH0j3n_jQUCsVNDcWE-70">
          <mxGeometry relative="1" as="geometry" />
        </mxCell>
        <mxCell id="fTyH0j3n_jQUCsVNDcWE-82" edge="1" parent="1" source="fTyH0j3n_jQUCsVNDcWE-7" style="endArrow=classic;html=1;exitX=1;exitY=0.5;entryX=0;entryY=0.5;rounded=0;edgeStyle=orthogonalEdgeStyle;endFill=1;" target="fTyH0j3n_jQUCsVNDcWE-71">
          <mxGeometry relative="1" as="geometry" />
        </mxCell>
        <mxCell id="fTyH0j3n_jQUCsVNDcWE-83" edge="1" parent="1" source="fTyH0j3n_jQUCsVNDcWE-7" style="endArrow=classic;html=1;exitX=1;exitY=0.5;entryX=0;entryY=0.5;rounded=0;edgeStyle=orthogonalEdgeStyle;endFill=1;" target="fTyH0j3n_jQUCsVNDcWE-72">
          <mxGeometry relative="1" as="geometry" />
        </mxCell>
        <mxCell id="fTyH0j3n_jQUCsVNDcWE-84" edge="1" parent="1" source="fTyH0j3n_jQUCsVNDcWE-7" style="endArrow=classic;html=1;exitX=1;exitY=0.5;entryX=0;entryY=0.5;rounded=0;edgeStyle=orthogonalEdgeStyle;endFill=1;" target="fTyH0j3n_jQUCsVNDcWE-73">
          <mxGeometry relative="1" as="geometry" />
        </mxCell>
        <mxCell id="fTyH0j3n_jQUCsVNDcWE-85" edge="1" parent="1" source="fTyH0j3n_jQUCsVNDcWE-7" style="endArrow=classic;html=1;exitX=1;exitY=0.5;entryX=0;entryY=0.5;rounded=0;edgeStyle=orthogonalEdgeStyle;endFill=1;" target="fTyH0j3n_jQUCsVNDcWE-74">
          <mxGeometry relative="1" as="geometry" />
        </mxCell>
        <mxCell id="fTyH0j3n_jQUCsVNDcWE-86" edge="1" parent="1" source="fTyH0j3n_jQUCsVNDcWE-7" style="endArrow=classic;html=1;exitX=1;exitY=0.5;entryX=0;entryY=0.5;rounded=0;edgeStyle=orthogonalEdgeStyle;endFill=1;" target="fTyH0j3n_jQUCsVNDcWE-75">
          <mxGeometry relative="1" as="geometry" />
        </mxCell>
        <mxCell id="fTyH0j3n_jQUCsVNDcWE-87" edge="1" parent="1" source="fTyH0j3n_jQUCsVNDcWE-7" style="endArrow=classic;html=1;exitX=1;exitY=0.5;entryX=0;entryY=0.5;rounded=0;edgeStyle=orthogonalEdgeStyle;endFill=1;" target="fTyH0j3n_jQUCsVNDcWE-76">
          <mxGeometry relative="1" as="geometry" />
        </mxCell>
        <mxCell id="fTyH0j3n_jQUCsVNDcWE-88" edge="1" parent="1" source="fTyH0j3n_jQUCsVNDcWE-7" style="endArrow=classic;html=1;exitX=1;exitY=0.5;entryX=0;entryY=0.5;rounded=0;edgeStyle=orthogonalEdgeStyle;endFill=1;" target="fTyH0j3n_jQUCsVNDcWE-77">
          <mxGeometry relative="1" as="geometry" />
        </mxCell>
        <mxCell id="fTyH0j3n_jQUCsVNDcWE-89" edge="1" parent="1" source="fTyH0j3n_jQUCsVNDcWE-7" style="endArrow=classic;html=1;exitX=1;exitY=0.5;entryX=0;entryY=0.5;rounded=0;edgeStyle=orthogonalEdgeStyle;endFill=1;" target="fTyH0j3n_jQUCsVNDcWE-78">
          <mxGeometry relative="1" as="geometry" />
        </mxCell>
        <mxCell id="fTyH0j3n_jQUCsVNDcWE-90" edge="1" parent="1" source="fTyH0j3n_jQUCsVNDcWE-7" style="endArrow=classic;html=1;exitX=1;exitY=0.5;entryX=0;entryY=0.5;rounded=0;edgeStyle=orthogonalEdgeStyle;endFill=1;" target="fTyH0j3n_jQUCsVNDcWE-79">
          <mxGeometry relative="1" as="geometry" />
        </mxCell>
        <mxCell id="fTyH0j3n_jQUCsVNDcWE-91" edge="1" parent="1" source="fTyH0j3n_jQUCsVNDcWE-7" style="endArrow=classic;html=1;exitX=1;exitY=0.5;entryX=0;entryY=0.5;rounded=0;edgeStyle=orthogonalEdgeStyle;endFill=1;" target="fTyH0j3n_jQUCsVNDcWE-80">
          <mxGeometry relative="1" as="geometry" />
        </mxCell>
        <mxCell id="N9CpWy_333Ilmsceh_oc-2" edge="1" parent="1" source="N9CpWy_333Ilmsceh_oc-1" style="edgeStyle=orthogonalEdgeStyle;rounded=0;orthogonalLoop=1;jettySize=auto;html=1;exitX=1;exitY=0.5;exitDx=0;exitDy=0;entryX=0;entryY=0.5;entryDx=0;entryDy=0;" target="fTyH0j3n_jQUCsVNDcWE-5">
          <mxGeometry relative="1" as="geometry" />
        </mxCell>
        <mxCell id="N9CpWy_333Ilmsceh_oc-1" parent="1" style="rounded=0;whiteSpace=wrap;html=1;fillColor=#ffffff;strokeColor=#000000;fontFamily=Times New Roman;fontSize=11;" value="n8n v2.18.6" vertex="1">
          <mxGeometry height="32" width="120" x="380" y="670" as="geometry" />
        </mxCell>
      </root>
    </mxGraphModel>
  </diagram>
</mxfile>
